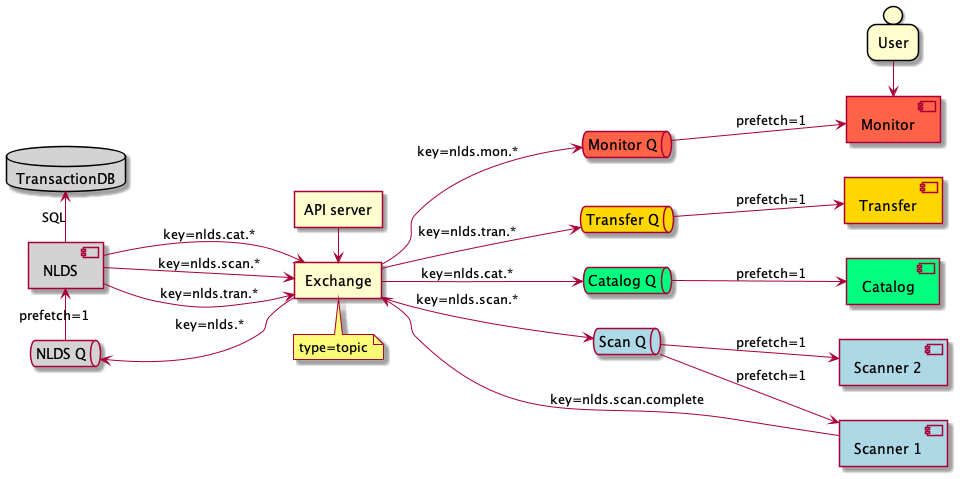
cedadev/nlds keeps this PlantUML diagram as doc/uml/queue_structure.png. Above is the earlier version.
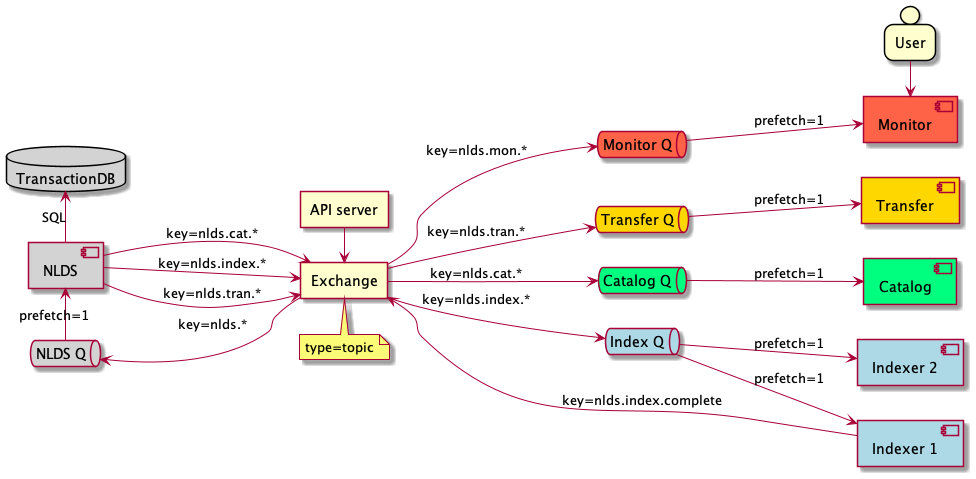
After the commit.

Commit message:
Renamed scan to index in queue structure

What changed in the source:
```diff
@@ -19,16 +19,16 @@
 work -> iddb : SQL
 
 together {
-    queue sq as "Scan Q" #lightblue
+    queue sq as "Index Q" #lightblue
     queue tq as "Transfer Q" #gold
     queue cq as "Catalog Q" #springgreen
 }
 
-pex --> sq : key=nlds.scan.*
+pex --> sq : key=nlds.index.*
 pex --> tq : key=nlds.tran.*
 pex --> cq : key=nlds.cat.*
 
-work --> pex : key=nlds.scan.*
+work --> pex : key=nlds.index.*
 work --> pex : key=nlds.tran.*
 work --> pex : key=nlds.cat.*
 
@@ -36,8 +36,8 @@
 pex --> mq : key=nlds.mon.*
 
 together {
-    component scan1 as "Scanner 1" #lightblue
-    component scan2 as "Scanner 2" #lightblue
+    component scan1 as "Indexer 1" #lightblue
+    component scan2 as "Indexer 2" #lightblue
 }
 
 component tran1 as "Transfer" #gold
@@ -57,6 +57,6 @@
 
 mon1 <- user
 
-scan1 --> pex : key=nlds.scan.complete
+scan1 --> pex : key=nlds.index.complete
 
 @enduml
```
